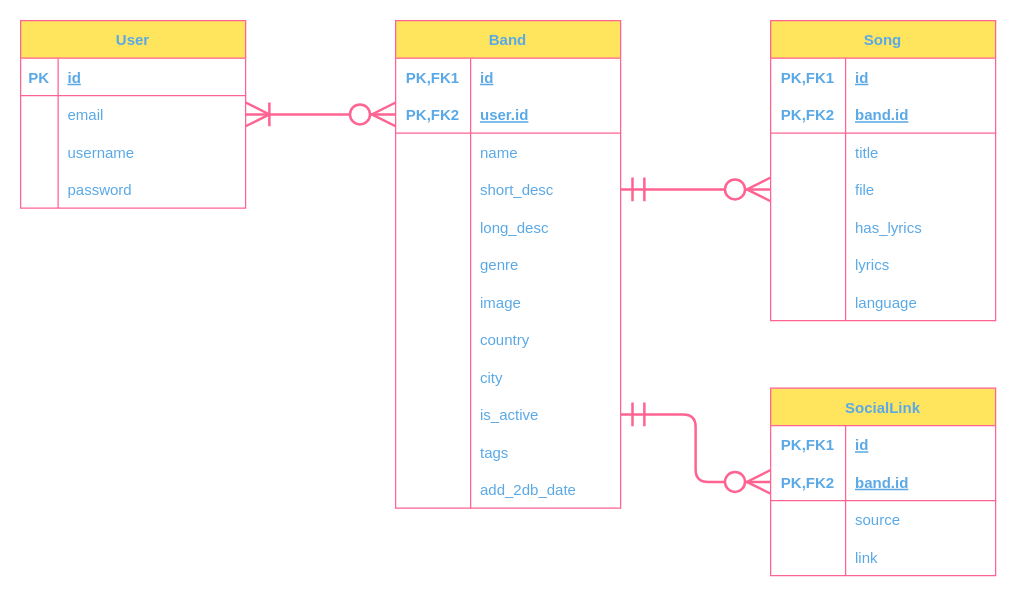
This is UML/ERD.drawio from Gruszecki/garage.online, a draw.io file, before an edit. Source tidied: cells renumbered, new cells numbered last; positions are measured from the earlier drawing's top-left corner, leaving out a move shared by most shapes. Both pictures are drawn from the tidied source at 125%, with x=0, y=0 at pixel (20, 20).
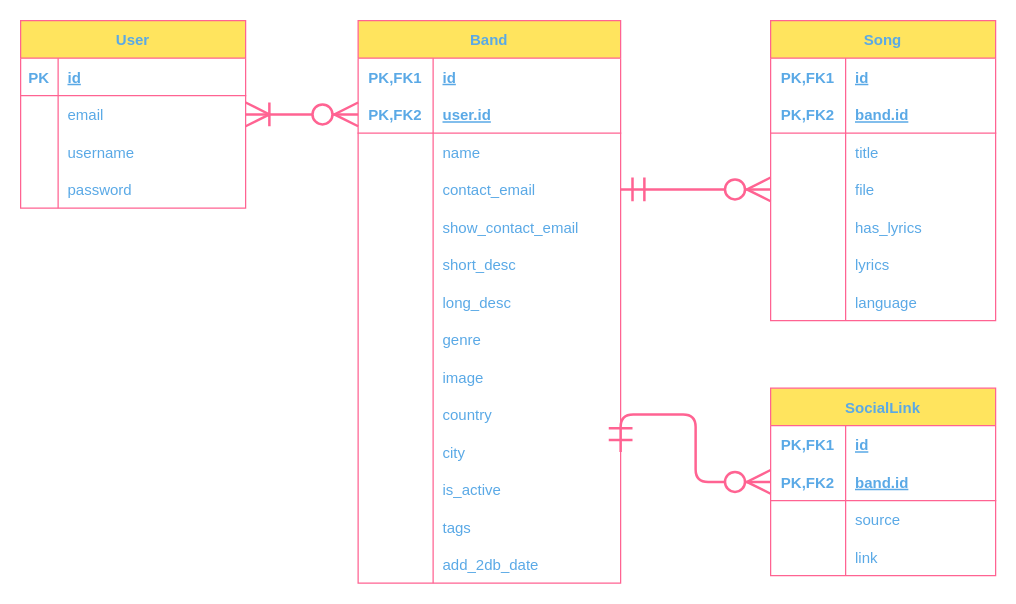
Above is the later version.

Commit message (it also covers changes not shown here):
Add contact email to Band model

Unchanged cells that the change refers to:
```xml
<mxCell id="13" style="shape=partialRectangle;fillColor=none;top=0;left=0;bottom=0;right=0;points=[[0,0.5],[1,0.5]];portConstraint=eastwest;rounded=0;sketch=0;fontColor=#5AA9E6;strokeColor=#FF6392;" parent="3" vertex="1">
  <mxGeometry y="120" width="180" height="30" as="geometry" />
</mxCell>
<mxCell id="29" style="shape=partialRectangle;fillColor=none;top=0;left=0;bottom=1;right=0;points=[[0,0.5],[1,0.5]];portConstraint=eastwest;rounded=0;sketch=0;fontColor=#5AA9E6;strokeColor=#FF6392;" parent="25" vertex="1">
  <mxGeometry y="60" width="180" height="30" as="geometry" />
</mxCell>
```

What changed in the source:
```diff
@@
-    <mxCell id="2" style="edgeStyle=orthogonalEdgeStyle;fontSize=12;html=1;endArrow=ERzeroToMany;startArrow=ERmandOne;rounded=1;sketch=0;fontColor=#5AA9E6;endSize=16;strokeColor=#FF6392;strokeWidth=2;fillColor=#FFE45E;startSize=16;exitX=1;exitY=0.5;exitDx=0;exitDy=0;entryX=0;entryY=0.5;entryDx=0;entryDy=0;" parent="1" edge="1" source="62" target="13">
-      <mxGeometry relative="1" as="geometry">
-        <Array as="points">
-          <mxPoint x="540" y="135" />
-          <mxPoint x="540" y="135" />
-        </Array>
-      </mxGeometry>
+    <mxCell id="2" style="edgeStyle=orthogonalEdgeStyle;fontSize=12;html=1;endArrow=ERzeroToMany;startArrow=ERmandOne;rounded=1;sketch=0;fontColor=#5AA9E6;endSize=16;strokeColor=#FF6392;strokeWidth=2;fillColor=#FFE45E;startSize=16;exitX=1;exitY=0.5;exitDx=0;exitDy=0;entryX=0;entryY=0.5;entryDx=0;entryDy=0;" parent="1" edge="1" source="90" target="13">
+      <mxGeometry relative="1" as="geometry" />
     </mxCell>
@@
-    <mxCell id="38" style="edgeStyle=orthogonalEdgeStyle;fontSize=12;html=1;endArrow=ERzeroToMany;startArrow=ERmandOne;rounded=1;sketch=0;fontColor=#5AA9E6;endSize=16;strokeColor=#FF6392;strokeWidth=2;fillColor=#FFE45E;startSize=16;exitX=1;exitY=0.5;exitDx=0;exitDy=0;entryX=0;entryY=0.5;entryDx=0;entryDy=0;" parent="1" edge="1" source="80" target="29">
+    <mxCell id="38" style="edgeStyle=orthogonalEdgeStyle;fontSize=12;html=1;endArrow=ERzeroToMany;startArrow=ERmandOne;rounded=1;sketch=0;fontColor=#5AA9E6;endSize=16;strokeColor=#FF6392;strokeWidth=2;fillColor=#FFE45E;startSize=16;exitX=1;exitY=0.5;exitDx=0;exitDy=0;entryX=0;entryY=0.5;entryDx=0;entryDy=0;" parent="1" edge="1" source="77" target="29">
       <mxGeometry relative="1" as="geometry">
         <Array as="points">
           <mxPoint x="540" y="315" />
           <mxPoint x="540" y="369" />
         </Array>
       </mxGeometry>
     </mxCell>
@@
     <mxCell id="52" value="Band" style="shape=table;startSize=30;childLayout=tableLayout;rowLines=0;fontStyle=1;align=center;rounded=0;sketch=0;fontColor=#5AA9E6;strokeColor=#FF6392;fillColor=#FFE45E;" parent="1" vertex="1">
-      <mxGeometry x="300" width="180" height="390" as="geometry" />
+      <mxGeometry x="270" width="210" height="450" as="geometry" />
     </mxCell>
     <mxCell id="53" style="shape=partialRectangle;fillColor=none;top=0;left=0;bottom=0;right=0;rounded=0;sketch=0;fontColor=#5AA9E6;strokeColor=#FF6392;" parent="52" vertex="1">
-      <mxGeometry y="30" width="180" height="30" as="geometry" />
+      <mxGeometry y="30" width="210" height="30" as="geometry" />
     </mxCell>
@@
     <mxCell id="55" value="id" style="shape=partialRectangle;fillColor=none;top=0;left=0;bottom=0;right=0;align=left;spacingLeft=6;fontStyle=5;overflow=hidden;rounded=0;sketch=0;fontColor=#5AA9E6;strokeColor=#FF6392;" parent="53" vertex="1">
-      <mxGeometry x="60" width="120" height="30" as="geometry" />
+      <mxGeometry x="60" width="150" height="30" as="geometry" />
     </mxCell>
     <mxCell id="56" style="shape=partialRectangle;fillColor=none;top=0;left=0;bottom=1;right=0;points=[[0,0.5],[1,0.5]];portConstraint=eastwest;rounded=0;sketch=0;fontColor=#5AA9E6;strokeColor=#FF6392;" parent="52" vertex="1">
-      <mxGeometry y="60" width="180" height="30" as="geometry" />
+      <mxGeometry y="60" width="210" height="30" as="geometry" />
     </mxCell>
@@
     <mxCell id="58" value="user.id" style="shape=partialRectangle;fillColor=none;top=0;left=0;bottom=0;right=0;align=left;spacingLeft=6;fontStyle=5;overflow=hidden;rounded=0;sketch=0;fontColor=#5AA9E6;strokeColor=#FF6392;" parent="56" vertex="1">
-      <mxGeometry x="60" width="120" height="30" as="geometry" />
+      <mxGeometry x="60" width="150" height="30" as="geometry" />
     </mxCell>
     <mxCell id="59" style="shape=partialRectangle;fillColor=none;top=0;left=0;bottom=0;right=0;rounded=0;sketch=0;fontColor=#5AA9E6;strokeColor=#FF6392;" parent="52" vertex="1">
-      <mxGeometry y="90" width="180" height="30" as="geometry" />
+      <mxGeometry y="90" width="210" height="30" as="geometry" />
     </mxCell>
@@
     <mxCell id="61" value="name" style="shape=partialRectangle;fillColor=none;top=0;left=0;bottom=0;right=0;align=left;spacingLeft=6;overflow=hidden;rounded=0;sketch=0;fontColor=#5AA9E6;strokeColor=#FF6392;" parent="59" vertex="1">
-      <mxGeometry x="60" width="120" height="30" as="geometry" />
+      <mxGeometry x="60" width="150" height="30" as="geometry" />
     </mxCell>
+    <mxCell id="90" style="shape=partialRectangle;fillColor=none;top=0;left=0;bottom=0;right=0;points=[[0,0.5],[1,0.5]];portConstraint=eastwest;rounded=0;sketch=0;fontColor=#5AA9E6;strokeColor=#FF6392;" parent="52" vertex="1">
+      <mxGeometry y="120" width="210" height="30" as="geometry" />
+    </mxCell>
+    <mxCell id="91" style="shape=partialRectangle;fillColor=none;top=0;left=0;bottom=0;right=0;overflow=hidden;rounded=0;sketch=0;fontColor=#5AA9E6;strokeColor=#FF6392;" parent="90" vertex="1">
+      <mxGeometry width="60" height="30" as="geometry" />
+    </mxCell>
+    <mxCell id="92" value="contact_email" style="shape=partialRectangle;fillColor=none;top=0;left=0;bottom=0;right=0;align=left;spacingLeft=6;overflow=hidden;rounded=0;sketch=0;fontColor=#5AA9E6;strokeColor=#FF6392;" parent="90" vertex="1">
+      <mxGeometry x="60" width="150" height="30" as="geometry" />
+    </mxCell>
+    <mxCell id="93" style="shape=partialRectangle;fillColor=none;top=0;left=0;bottom=0;right=0;rounded=0;sketch=0;fontColor=#5AA9E6;strokeColor=#FF6392;" parent="52" vertex="1">
+      <mxGeometry y="150" width="210" height="30" as="geometry" />
+    </mxCell>
+    <mxCell id="94" style="shape=partialRectangle;fillColor=none;top=0;left=0;bottom=0;right=0;overflow=hidden;rounded=0;sketch=0;fontColor=#5AA9E6;strokeColor=#FF6392;" parent="93" vertex="1">
+      <mxGeometry width="60" height="30" as="geometry" />
+    </mxCell>
+    <mxCell id="95" value="show_contact_email" style="shape=partialRectangle;fillColor=none;top=0;left=0;bottom=0;right=0;align=left;spacingLeft=6;overflow=hidden;rounded=0;sketch=0;fontColor=#5AA9E6;strokeColor=#FF6392;" parent="93" vertex="1">
+      <mxGeometry x="60" width="150" height="30" as="geometry" />
+    </mxCell>
     <mxCell id="62" style="shape=partialRectangle;fillColor=none;top=0;left=0;bottom=0;right=0;points=[[0,0.5],[1,0.5]];portConstraint=eastwest;rounded=0;sketch=0;fontColor=#5AA9E6;strokeColor=#FF6392;" parent="52" vertex="1">
-      <mxGeometry y="120" width="180" height="30" as="geometry" />
+      <mxGeometry y="180" width="210" height="30" as="geometry" />
     </mxCell>
@@
     <mxCell id="64" value="short_desc" style="shape=partialRectangle;fillColor=none;top=0;left=0;bottom=0;right=0;align=left;spacingLeft=6;overflow=hidden;rounded=0;sketch=0;fontColor=#5AA9E6;strokeColor=#FF6392;" parent="62" vertex="1">
-      <mxGeometry x="60" width="120" height="30" as="geometry" />
+      <mxGeometry x="60" width="150" height="30" as="geometry" />
     </mxCell>
     <mxCell id="65" style="shape=partialRectangle;fillColor=none;top=0;left=0;bottom=0;right=0;rounded=0;sketch=0;fontColor=#5AA9E6;strokeColor=#FF6392;" parent="52" vertex="1">
-      <mxGeometry y="150" width="180" height="30" as="geometry" />
+      <mxGeometry y="210" width="210" height="30" as="geometry" />
     </mxCell>
@@
     <mxCell id="67" value="long_desc" style="shape=partialRectangle;fillColor=none;top=0;left=0;bottom=0;right=0;align=left;spacingLeft=6;overflow=hidden;rounded=0;sketch=0;fontColor=#5AA9E6;strokeColor=#FF6392;" parent="65" vertex="1">
-      <mxGeometry x="60" width="120" height="30" as="geometry" />
+      <mxGeometry x="60" width="150" height="30" as="geometry" />
     </mxCell>
     <mxCell id="68" style="shape=partialRectangle;fillColor=none;top=0;left=0;bottom=0;right=0;rounded=0;sketch=0;fontColor=#5AA9E6;strokeColor=#FF6392;" parent="52" vertex="1">
-      <mxGeometry y="180" width="180" height="30" as="geometry" />
+      <mxGeometry y="240" width="210" height="30" as="geometry" />
     </mxCell>
@@
     <mxCell id="70" value="genre" style="shape=partialRectangle;fillColor=none;top=0;left=0;bottom=0;right=0;align=left;spacingLeft=6;overflow=hidden;rounded=0;sketch=0;fontColor=#5AA9E6;strokeColor=#FF6392;" parent="68" vertex="1">
-      <mxGeometry x="60" width="120" height="30" as="geometry" />
+      <mxGeometry x="60" width="150" height="30" as="geometry" />
     </mxCell>
     <mxCell id="71" style="shape=partialRectangle;fillColor=none;top=0;left=0;bottom=0;right=0;rounded=0;sketch=0;fontColor=#5AA9E6;strokeColor=#FF6392;" parent="52" vertex="1">
-      <mxGeometry y="210" width="180" height="30" as="geometry" />
+      <mxGeometry y="270" width="210" height="30" as="geometry" />
     </mxCell>
@@
     <mxCell id="73" value="image" style="shape=partialRectangle;fillColor=none;top=0;left=0;bottom=0;right=0;align=left;spacingLeft=6;overflow=hidden;rounded=0;sketch=0;fontColor=#5AA9E6;strokeColor=#FF6392;" parent="71" vertex="1">
-      <mxGeometry x="60" width="120" height="30" as="geometry" />
+      <mxGeometry x="60" width="150" height="30" as="geometry" />
     </mxCell>
     <mxCell id="74" style="shape=partialRectangle;fillColor=none;top=0;left=0;bottom=0;right=0;rounded=0;sketch=0;fontColor=#5AA9E6;strokeColor=#FF6392;" parent="52" vertex="1">
-      <mxGeometry y="240" width="180" height="30" as="geometry" />
+      <mxGeometry y="300" width="210" height="30" as="geometry" />
     </mxCell>
@@
     <mxCell id="76" value="country" style="shape=partialRectangle;fillColor=none;top=0;left=0;bottom=0;right=0;align=left;spacingLeft=6;overflow=hidden;rounded=0;sketch=0;fontColor=#5AA9E6;strokeColor=#FF6392;" parent="74" vertex="1">
-      <mxGeometry x="60" width="120" height="30" as="geometry" />
+      <mxGeometry x="60" width="150" height="30" as="geometry" />
     </mxCell>
     <mxCell id="77" style="shape=partialRectangle;fillColor=none;top=0;left=0;bottom=0;right=0;points=[[0,0.5],[1,0.5]];portConstraint=eastwest;rounded=0;sketch=0;fontColor=#5AA9E6;strokeColor=#FF6392;" parent="52" vertex="1">
-      <mxGeometry y="270" width="180" height="30" as="geometry" />
+      <mxGeometry y="330" width="210" height="30" as="geometry" />
     </mxCell>
@@
     <mxCell id="79" value="city" style="shape=partialRectangle;fillColor=none;top=0;left=0;bottom=0;right=0;align=left;spacingLeft=6;overflow=hidden;rounded=0;sketch=0;fontColor=#5AA9E6;strokeColor=#FF6392;" parent="77" vertex="1">
-      <mxGeometry x="60" width="120" height="30" as="geometry" />
+      <mxGeometry x="60" width="150" height="30" as="geometry" />
     </mxCell>
     <mxCell id="80" style="shape=partialRectangle;fillColor=none;top=0;left=0;bottom=0;right=0;points=[[0,0.5],[1,0.5]];portConstraint=eastwest;rounded=0;sketch=0;fontColor=#5AA9E6;strokeColor=#FF6392;" parent="52" vertex="1">
-      <mxGeometry y="300" width="180" height="30" as="geometry" />
+      <mxGeometry y="360" width="210" height="30" as="geometry" />
     </mxCell>
@@
     <mxCell id="82" value="is_active" style="shape=partialRectangle;fillColor=none;top=0;left=0;bottom=0;right=0;align=left;spacingLeft=6;overflow=hidden;rounded=0;sketch=0;fontColor=#5AA9E6;strokeColor=#FF6392;" parent="80" vertex="1">
-      <mxGeometry x="60" width="120" height="30" as="geometry" />
+      <mxGeometry x="60" width="150" height="30" as="geometry" />
     </mxCell>
     <mxCell id="83" style="shape=partialRectangle;fillColor=none;top=0;left=0;bottom=0;right=0;rounded=0;sketch=0;fontColor=#5AA9E6;strokeColor=#FF6392;" parent="52" vertex="1">
-      <mxGeometry y="330" width="180" height="30" as="geometry" />
+      <mxGeometry y="390" width="210" height="30" as="geometry" />
     </mxCell>
@@
     <mxCell id="85" value="tags" style="shape=partialRectangle;fillColor=none;top=0;left=0;bottom=0;right=0;align=left;spacingLeft=6;overflow=hidden;rounded=0;sketch=0;fontColor=#5AA9E6;strokeColor=#FF6392;" parent="83" vertex="1">
-      <mxGeometry x="60" width="120" height="30" as="geometry" />
+      <mxGeometry x="60" width="150" height="30" as="geometry" />
     </mxCell>
     <mxCell id="86" style="shape=partialRectangle;fillColor=none;top=0;left=0;bottom=0;right=0;rounded=0;sketch=0;fontColor=#5AA9E6;strokeColor=#FF6392;" parent="52" vertex="1">
-      <mxGeometry y="360" width="180" height="30" as="geometry" />
+      <mxGeometry y="420" width="210" height="30" as="geometry" />
     </mxCell>
@@
     <mxCell id="88" value="add_2db_date" style="shape=partialRectangle;fillColor=none;top=0;left=0;bottom=0;right=0;align=left;spacingLeft=6;overflow=hidden;rounded=0;sketch=0;fontColor=#5AA9E6;strokeColor=#FF6392;" parent="86" vertex="1">
-      <mxGeometry x="60" width="120" height="30" as="geometry" />
+      <mxGeometry x="60" width="150" height="30" as="geometry" />
     </mxCell>
```
